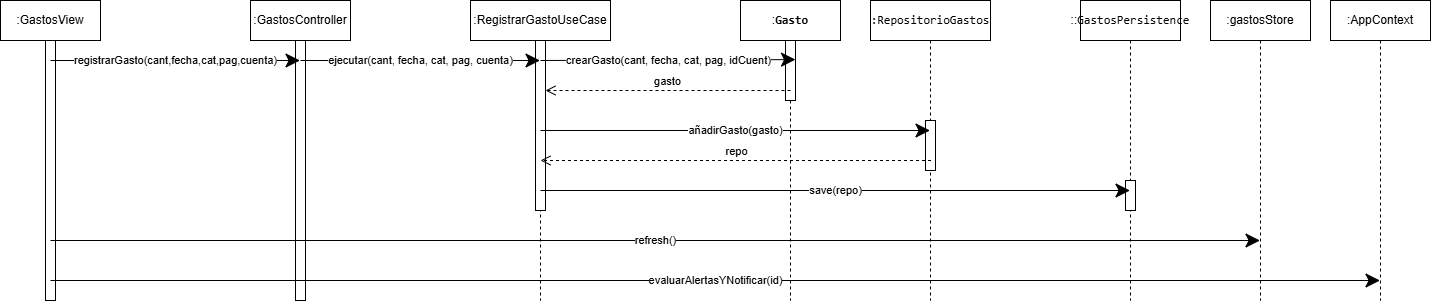
This is docs/imagenes/interaccion.png from PAULALUCASLEAL/PROYECTO_BANCO_TDS, a draw.io export, as it was before one commit. Source tidied: cells renumbered, new cells last; positions are measured from the earlier drawing's top-left corner, leaving out a move shared by most shapes. The source it was exported from:
```xml
<mxGraphModel>
  <root>
    <mxCell id="0" />
    <mxCell id="1" parent="0" />
    <mxCell id="2" value=":GastosController" style="shape=umlLifeline;perimeter=lifelinePerimeter;whiteSpace=wrap;html=1;outlineConnect=0;portConstraint=eastwest;newEdgeStyle={&quot;curved&quot;:0,&quot;rounded&quot;:0};" parent="1" vertex="1">
      <mxGeometry x="250" width="100" height="300" as="geometry" />
    </mxCell>
    <mxCell id="3" style="html=1;perimeter=orthogonalPerimeter;targetShapes=umlLifeline;newEdgeStyle={&quot;curved&quot;:0,&quot;rounded&quot;:0};" parent="2" vertex="1">
      <mxGeometry x="45" y="40" width="10" height="260" as="geometry" />
    </mxCell>
    <mxCell id="4" value=":RegistrarGastoUseCase" style="shape=umlLifeline;perimeter=lifelinePerimeter;whiteSpace=wrap;html=1;outlineConnect=0;portConstraint=eastwest;newEdgeStyle={&quot;curved&quot;:0,&quot;rounded&quot;:0};" parent="1" vertex="1">
      <mxGeometry x="470" width="140" height="300" as="geometry" />
    </mxCell>
    <mxCell id="5" style="html=1;points=[[0,0,0,0,5],[0,1,0,0,-5],[1,0,0,0,5],[1,1,0,0,-5]];perimeter=orthogonalPerimeter;outlineConnect=0;targetShapes=umlLifeline;portConstraint=eastwest;newEdgeStyle={&quot;curved&quot;:0,&quot;rounded&quot;:0};" parent="4" vertex="1">
      <mxGeometry x="65" y="40" width="10" height="170" as="geometry" />
    </mxCell>
    <mxCell id="6" value=":&lt;b&gt;&lt;code&gt;Gasto&lt;/code&gt;&lt;/b&gt;" style="shape=umlLifeline;perimeter=lifelinePerimeter;whiteSpace=wrap;html=1;outlineConnect=0;portConstraint=eastwest;newEdgeStyle={&quot;curved&quot;:0,&quot;rounded&quot;:0};" parent="1" vertex="1">
      <mxGeometry x="740" width="100" height="300" as="geometry" />
    </mxCell>
    <mxCell id="7" style="html=1;perimeter=orthogonalPerimeter;targetShapes=umlLifeline;newEdgeStyle={&quot;curved&quot;:0,&quot;rounded&quot;:0};" parent="6" vertex="1">
      <mxGeometry x="45" y="40" width="10" height="60" as="geometry" />
    </mxCell>
    <mxCell id="8" value="&lt;code&gt;:RepositorioGastos&lt;/code&gt;" style="shape=umlLifeline;perimeter=lifelinePerimeter;whiteSpace=wrap;html=1;outlineConnect=0;portConstraint=eastwest;newEdgeStyle={&quot;curved&quot;:0,&quot;rounded&quot;:0};" parent="1" vertex="1">
      <mxGeometry x="870" width="120" height="300" as="geometry" />
    </mxCell>
    <mxCell id="9" style="html=1;perimeter=orthogonalPerimeter;targetShapes=umlLifeline;newEdgeStyle={&quot;curved&quot;:0,&quot;rounded&quot;:0};" parent="8" vertex="1">
      <mxGeometry x="55" y="120" width="10" height="50" as="geometry" />
    </mxCell>
    <mxCell id="10" value=":AppContext" style="shape=umlLifeline;perimeter=lifelinePerimeter;whiteSpace=wrap;html=1;outlineConnect=0;portConstraint=eastwest;newEdgeStyle={&quot;curved&quot;:0,&quot;rounded&quot;:0};" parent="1" vertex="1">
      <mxGeometry x="1330" width="100" height="300" as="geometry" />
    </mxCell>
    <mxCell id="11" value=":GastosView" style="shape=umlLifeline;perimeter=lifelinePerimeter;whiteSpace=wrap;html=1;newEdgeStyle={&quot;curved&quot;:0,&quot;rounded&quot;:0};" parent="1" vertex="1">
      <mxGeometry width="100" height="300" as="geometry" />
    </mxCell>
    <mxCell id="12" style="html=1;perimeter=orthogonalPerimeter;targetShapes=umlLifeline;newEdgeStyle={&quot;curved&quot;:0,&quot;rounded&quot;:0};" parent="11" vertex="1">
      <mxGeometry x="45" y="40" width="10" height="260" as="geometry" />
    </mxCell>
    <mxCell id="13" value="registrarGasto(cant,fecha,cat,pag,cuenta)" style="endArrow=classic;endSize=12;html=1;rounded=0;endFill=1;" parent="1" edge="1" target="2">
      <mxGeometry relative="1" as="geometry">
        <mxPoint x="50" y="60" as="sourcePoint" />
      </mxGeometry>
    </mxCell>
    <mxCell id="14" value="ejecutar(cant, fecha, cat, pag, cuenta)" style="endArrow=classic;endSize=12;html=1;rounded=0;endFill=1;" parent="1" edge="1" target="4">
      <mxGeometry relative="1" as="geometry">
        <mxPoint x="300" y="60" as="sourcePoint" />
      </mxGeometry>
    </mxCell>
    <mxCell id="15" value="crearGasto(cant, fecha, cat, pag, idCuent)" style="endArrow=classic;endSize=12;html=1;rounded=0;entryX=0.55;entryY=0.197;entryDx=0;entryDy=0;entryPerimeter=0;endFill=1;" parent="1" edge="1" target="6">
      <mxGeometry relative="1" as="geometry">
        <mxPoint x="540" y="60" as="sourcePoint" />
      </mxGeometry>
    </mxCell>
    <mxCell id="16" value="gasto" style="html=1;verticalAlign=bottom;endArrow=open;dashed=1;endSize=8;curved=0;rounded=0;" parent="1" edge="1" target="5">
      <mxGeometry relative="1" as="geometry">
        <mxPoint x="790" y="90" as="sourcePoint" />
      </mxGeometry>
    </mxCell>
    <mxCell id="17" value="::&lt;code&gt;GastosPersistence&lt;/code&gt;" style="shape=umlLifeline;perimeter=lifelinePerimeter;whiteSpace=wrap;html=1;outlineConnect=0;portConstraint=eastwest;newEdgeStyle={&quot;curved&quot;:0,&quot;rounded&quot;:0};" parent="1" vertex="1">
      <mxGeometry x="1080" width="100" height="300" as="geometry" />
    </mxCell>
    <mxCell id="18" style="html=1;perimeter=orthogonalPerimeter;targetShapes=umlLifeline;newEdgeStyle={&quot;curved&quot;:0,&quot;rounded&quot;:0};" parent="17" vertex="1">
      <mxGeometry x="45" y="180" width="10" height="30" as="geometry" />
    </mxCell>
    <mxCell id="19" value="añadirGasto(gasto)" style="endArrow=classic;endSize=12;html=1;rounded=0;endFill=1;" parent="1" edge="1" target="8">
      <mxGeometry relative="1" as="geometry">
        <mxPoint x="540" y="130" as="sourcePoint" />
      </mxGeometry>
    </mxCell>
    <mxCell id="20" value="repo" style="html=1;verticalAlign=bottom;endArrow=open;dashed=1;endSize=8;curved=0;rounded=0;" parent="1" edge="1">
      <mxGeometry relative="1" as="geometry">
        <mxPoint x="930.5" y="160" as="sourcePoint" />
        <mxPoint x="540" y="160" as="targetPoint" />
        <Array as="points">
          <mxPoint x="830.5" y="160" />
        </Array>
      </mxGeometry>
    </mxCell>
    <mxCell id="21" value="save(repo)" style="endArrow=classic;endSize=12;html=1;rounded=0;endFill=1;" parent="1" edge="1" target="17">
      <mxGeometry relative="1" as="geometry">
        <mxPoint x="540" y="190" as="sourcePoint" />
      </mxGeometry>
    </mxCell>
    <mxCell id="22" value=":gastosStore" style="shape=umlLifeline;perimeter=lifelinePerimeter;whiteSpace=wrap;html=1;outlineConnect=0;portConstraint=eastwest;newEdgeStyle={&quot;curved&quot;:0,&quot;rounded&quot;:0};" parent="1" vertex="1">
      <mxGeometry x="1210" width="100" height="300" as="geometry" />
    </mxCell>
    <mxCell id="23" value=" refresh()" style="endArrow=classic;endSize=12;html=1;rounded=0;endFill=1;" parent="1" edge="1" target="22">
      <mxGeometry relative="1" as="geometry">
        <mxPoint x="50" y="240" as="sourcePoint" />
      </mxGeometry>
    </mxCell>
    <mxCell id="24" value="evaluarAlertasYNotificar(id)" style="endArrow=classic;endSize=12;html=1;rounded=0;endFill=1;" parent="1" edge="1" target="10">
      <mxGeometry relative="1" as="geometry">
        <mxPoint x="50" y="280" as="sourcePoint" />
      </mxGeometry>
    </mxCell>
  </root>
</mxGraphModel>
```
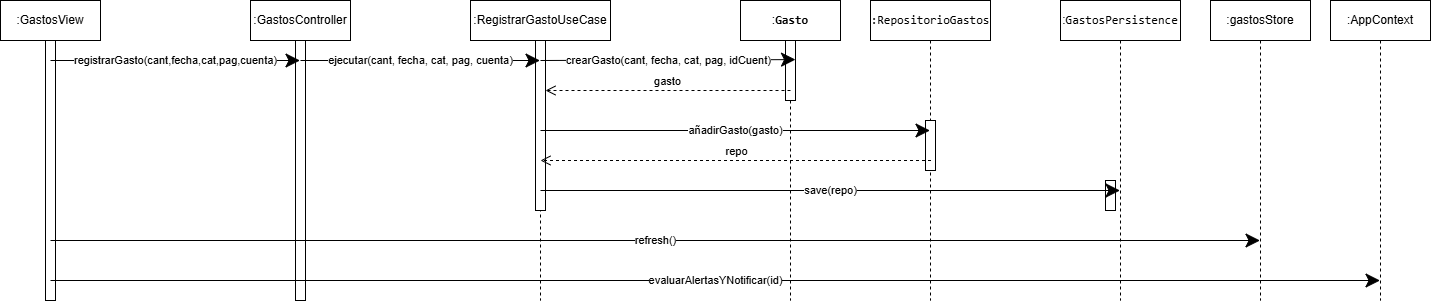
Above is the later version.

Commit message:
Retoque imagen

What changed in the source:
```diff
@@ -55,8 +55,8 @@
         <mxPoint x="790" y="90" as="sourcePoint" />
       </mxGeometry>
     </mxCell>
-    <mxCell id="17" value="::&lt;code&gt;GastosPersistence&lt;/code&gt;" style="shape=umlLifeline;perimeter=lifelinePerimeter;whiteSpace=wrap;html=1;outlineConnect=0;portConstraint=eastwest;newEdgeStyle={&quot;curved&quot;:0,&quot;rounded&quot;:0};" parent="1" vertex="1">
-      <mxGeometry x="1080" width="100" height="300" as="geometry" />
+    <mxCell id="17" value=":&lt;code&gt;GastosPersistence&lt;/code&gt;" style="shape=umlLifeline;perimeter=lifelinePerimeter;whiteSpace=wrap;html=1;outlineConnect=0;portConstraint=eastwest;newEdgeStyle={&quot;curved&quot;:0,&quot;rounded&quot;:0};" parent="1" vertex="1">
+      <mxGeometry x="1060" width="120" height="300" as="geometry" />
     </mxCell>
     <mxCell id="18" style="html=1;perimeter=orthogonalPerimeter;targetShapes=umlLifeline;newEdgeStyle={&quot;curved&quot;:0,&quot;rounded&quot;:0};" parent="17" vertex="1">
       <mxGeometry x="45" y="180" width="10" height="30" as="geometry" />
```
